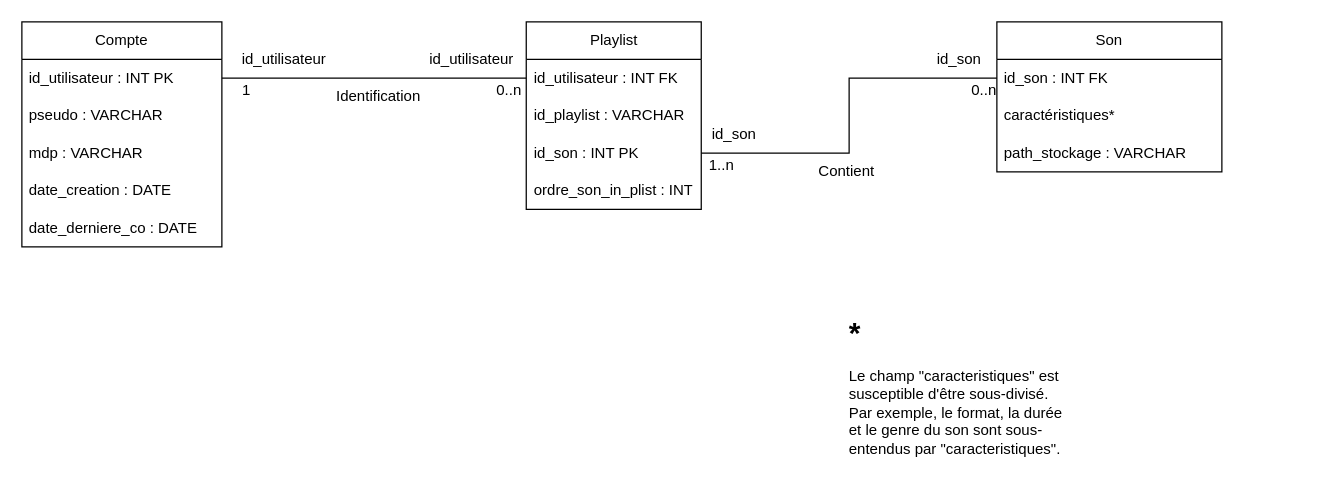
Above: doc/modelisation/diagramme_donnees(2).drawio in PepitoTSO/Projet-INFO-ENSAI-2A-Gr14 (draw.io), before the change. Source tidied: cells renumbered, new cells numbered last; positions are measured from the earlier drawing's top-left corner, leaving out a move shared by most shapes. Both pictures are drawn from the tidied source at 125%, with x=0, y=0 at pixel (21, 21).
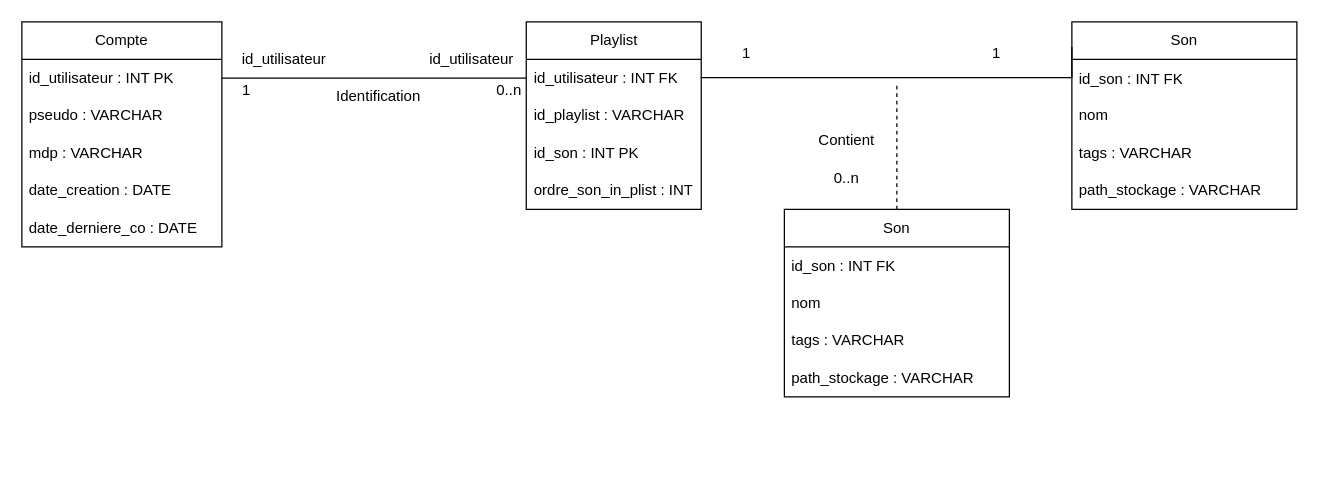
After the change.

Unchanged cells that the change refers to:
```xml
<mxCell id="11" value="id_son : INT PK" style="text;strokeColor=none;fillColor=none;align=left;verticalAlign=middle;spacingLeft=4;spacingRight=4;overflow=hidden;points=[[0,0.5],[1,0.5]];portConstraint=eastwest;whiteSpace=wrap;html=1;" parent="8" vertex="1">
  <mxGeometry y="90" width="140" height="30" as="geometry" />
</mxCell>
```

What changed in the source:
```diff
@@
     <mxCell id="13" value="Son" style="swimlane;fontStyle=0;horizontal=1;startSize=30;whiteSpace=wrap;html=1;" parent="1" vertex="1">
-      <mxGeometry x="780" width="180" height="120" as="geometry" />
+      <mxGeometry x="840" width="180" height="150" as="geometry" />
     </mxCell>
-    <mxCell id="14" value="id_son : INT FK" style="text;strokeColor=none;fillColor=none;align=left;verticalAlign=middle;spacingLeft=4;spacingRight=4;overflow=hidden;points=[[0,0.5],[1,0.5]];portConstraint=eastwest;whiteSpace=wrap;html=1;" parent="13" vertex="1">
-      <mxGeometry y="30" width="180" height="30" as="geometry" />
+    <mxCell id="14" value="id_son : INT FK&lt;div&gt;&lt;br&gt;&lt;/div&gt;&lt;div&gt;nom&lt;/div&gt;" style="text;strokeColor=none;fillColor=none;align=left;verticalAlign=middle;spacingLeft=4;spacingRight=4;overflow=hidden;points=[[0,0.5],[1,0.5]];portConstraint=eastwest;whiteSpace=wrap;html=1;" parent="13" vertex="1">
+      <mxGeometry y="30" width="180" height="60" as="geometry" />
     </mxCell>
-    <mxCell id="15" value="caractéristiques*" style="text;strokeColor=none;fillColor=none;align=left;verticalAlign=middle;spacingLeft=4;spacingRight=4;overflow=hidden;whiteSpace=wrap;html=1;" parent="13" vertex="1">
-      <mxGeometry y="60" width="180" height="30" as="geometry" />
+    <mxCell id="15" value="tags : VARCHAR" style="text;strokeColor=none;fillColor=none;align=left;verticalAlign=middle;spacingLeft=4;spacingRight=4;overflow=hidden;whiteSpace=wrap;html=1;" parent="13" vertex="1">
+      <mxGeometry y="90" width="180" height="30" as="geometry" />
     </mxCell>
     <mxCell id="16" value="path_stockage : VARCHAR" style="text;strokeColor=none;fillColor=none;align=left;verticalAlign=middle;spacingLeft=4;spacingRight=4;overflow=hidden;whiteSpace=wrap;html=1;" parent="13" vertex="1">
-      <mxGeometry y="90" width="180" height="30" as="geometry" />
+      <mxGeometry y="120" width="180" height="30" as="geometry" />
     </mxCell>
-    <mxCell id="17" value="&lt;h1 style=&quot;margin-top: 0px; line-height: 100%;&quot;&gt;*&lt;br&gt;&lt;/h1&gt;&lt;p&gt;Le champ &quot;caracteristiques&quot; est susceptible d'être sous-divisé. Par exemple, le format, la durée et le genre du son sont sous-entendus par &quot;caracteristiques&quot;.&lt;br&gt;&lt;/p&gt;" style="text;html=1;whiteSpace=wrap;overflow=hidden;rounded=0;" parent="1" vertex="1">
-      <mxGeometry x="660" y="230" width="180" height="120" as="geometry" />
-    </mxCell>
@@
-    <mxCell id="19" style="edgeStyle=orthogonalEdgeStyle;rounded=0;jettySize=auto;html=1;entryX=0;entryY=0.5;entryDx=0;entryDy=0;endArrow=none;endFill=0;" parent="1" edge="1" source="11" target="14">
-      <mxGeometry relative="1" as="geometry" />
+    <mxCell id="19" style="edgeStyle=orthogonalEdgeStyle;rounded=0;orthogonalLoop=1;jettySize=auto;html=1;endArrow=none;endFill=0;" parent="1" edge="1">
+      <mxGeometry relative="1" as="geometry">
+        <mxPoint x="543" y="44.5" as="sourcePoint" />
+        <mxPoint x="840" y="20" as="targetPoint" />
+        <Array as="points">
+          <mxPoint x="840" y="45" />
+        </Array>
+      </mxGeometry>
     </mxCell>
@@
-    <mxCell id="25" value="1..n" style="text;html=1;align=center;verticalAlign=middle;whiteSpace=wrap;rounded=0;" parent="1" vertex="1">
-      <mxGeometry x="530" y="100" width="60" height="30" as="geometry" />
+    <mxCell id="25" value="0..n" style="text;html=1;align=center;verticalAlign=middle;whiteSpace=wrap;rounded=0;" parent="1" vertex="1">
+      <mxGeometry x="630" y="110" width="60" height="30" as="geometry" />
     </mxCell>
-    <mxCell id="26" value="0..n" style="text;html=1;align=center;verticalAlign=middle;whiteSpace=wrap;rounded=0;" parent="1" vertex="1">
-      <mxGeometry x="740" y="40" width="60" height="30" as="geometry" />
+    <mxCell id="26" value="1" style="text;html=1;align=center;verticalAlign=middle;whiteSpace=wrap;rounded=0;" parent="1" vertex="1">
+      <mxGeometry x="750" y="10" width="60" height="30" as="geometry" />
     </mxCell>
-    <mxCell id="27" value="id_son" style="text;html=1;align=center;verticalAlign=middle;whiteSpace=wrap;rounded=0;" parent="1" vertex="1">
-      <mxGeometry x="540" y="75" width="60" height="30" as="geometry" />
+    <mxCell id="27" value="1" style="text;html=1;align=center;verticalAlign=middle;whiteSpace=wrap;rounded=0;" parent="1" vertex="1">
+      <mxGeometry x="550" y="10" width="60" height="30" as="geometry" />
     </mxCell>
-    <mxCell id="28" value="id_son" style="text;html=1;align=center;verticalAlign=middle;whiteSpace=wrap;rounded=0;" parent="1" vertex="1">
-      <mxGeometry x="720" y="15" width="60" height="30" as="geometry" />
-    </mxCell>
     <mxCell id="29" value="Contient" style="text;html=1;align=center;verticalAlign=middle;whiteSpace=wrap;rounded=0;" parent="1" vertex="1">
-      <mxGeometry x="630" y="105" width="60" height="30" as="geometry" />
+      <mxGeometry x="630" y="80" width="60" height="30" as="geometry" />
     </mxCell>
+    <mxCell id="30" value="Son" style="swimlane;fontStyle=0;horizontal=1;startSize=30;whiteSpace=wrap;html=1;" parent="1" vertex="1">
+      <mxGeometry x="610" y="150" width="180" height="150" as="geometry" />
+    </mxCell>
+    <mxCell id="31" value="id_son : INT FK&lt;div&gt;&lt;br&gt;&lt;/div&gt;&lt;div&gt;nom&lt;/div&gt;" style="text;strokeColor=none;fillColor=none;align=left;verticalAlign=middle;spacingLeft=4;spacingRight=4;overflow=hidden;whiteSpace=wrap;html=1;" parent="30" vertex="1">
+      <mxGeometry y="30" width="180" height="60" as="geometry" />
+    </mxCell>
+    <mxCell id="32" value="tags : VARCHAR" style="text;strokeColor=none;fillColor=none;align=left;verticalAlign=middle;spacingLeft=4;spacingRight=4;overflow=hidden;whiteSpace=wrap;html=1;" parent="30" vertex="1">
+      <mxGeometry y="90" width="180" height="30" as="geometry" />
+    </mxCell>
+    <mxCell id="33" value="path_stockage : VARCHAR" style="text;strokeColor=none;fillColor=none;align=left;verticalAlign=middle;spacingLeft=4;spacingRight=4;overflow=hidden;whiteSpace=wrap;html=1;" parent="30" vertex="1">
+      <mxGeometry y="120" width="180" height="30" as="geometry" />
+    </mxCell>
+    <mxCell id="34" style="endArrow=none;dashed=1;html=1;rounded=0;exitX=0.5;exitY=0;exitDx=0;exitDy=0;" parent="1" edge="1" source="30">
+      <mxGeometry relative="1" as="geometry">
+        <mxPoint x="700" y="50" as="targetPoint" />
+      </mxGeometry>
+    </mxCell>
```
